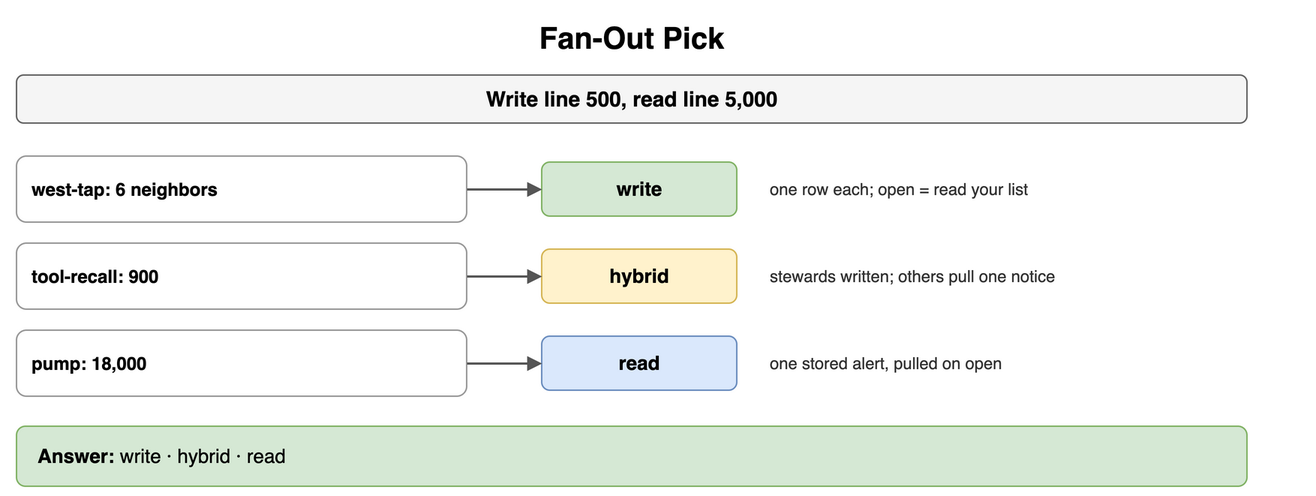
Before: content/09_System_Design_Interview/21_Real_Time_and_Notification_Systems/diagrams/notifications-drills-6-fan-out-pick.png, a diagram exported from draw.io (amendez13/swe-study-guide). Source tidied: cells renumbered, new cells last; positions are measured from the earlier drawing's top-left corner, leaving out a move shared by most shapes. The source it was exported from:
```xml
<mxGraphModel>
  <root>
    <mxCell id="0" />
    <mxCell id="1" parent="0" />
    <mxCell id="2" value="Fan-Out Pick" style="text;html=1;align=center;verticalAlign=middle;whiteSpace=wrap;fontSize=20;fontStyle=1;" parent="1" vertex="1">
      <mxGeometry width="820" height="30" as="geometry" />
    </mxCell>
    <mxCell id="3" value="Write line 500, read line 5,000" style="rounded=1;whiteSpace=wrap;html=1;fillColor=#f5f5f5;strokeColor=#666666;fontStyle=1;fontSize=14;" parent="1" vertex="1">
      <mxGeometry y="40" width="820" height="32" as="geometry" />
    </mxCell>
    <mxCell id="4" value="west-tap: 6 neighbors" style="rounded=1;whiteSpace=wrap;html=1;fillColor=#ffffff;strokeColor=#999999;fontSize=12;align=left;fontStyle=1;spacingLeft=8;" parent="1" vertex="1">
      <mxGeometry y="94" width="300" height="44" as="geometry" />
    </mxCell>
    <mxCell id="5" value="write" style="rounded=1;whiteSpace=wrap;html=1;fillColor=#d5e8d4;strokeColor=#82b366;fontSize=13;align=center;fontStyle=1;" parent="1" vertex="1">
      <mxGeometry x="350" y="98" width="130" height="36" as="geometry" />
    </mxCell>
    <mxCell id="6" style="endArrow=block;endSize=6;html=1;strokeWidth=1.5;strokeColor=#555555;fontSize=11;labelBackgroundColor=#ffffff;" parent="1" edge="1" source="4" target="5">
      <mxGeometry relative="1" as="geometry" />
    </mxCell>
    <mxCell id="7" value="one row each; open = read your list" style="text;html=1;whiteSpace=wrap;fontSize=11;align=left;verticalAlign=middle;fontSize=11;fontColor=#333333;" parent="1" vertex="1">
      <mxGeometry x="500" y="94" width="360" height="44" as="geometry" />
    </mxCell>
    <mxCell id="8" value="tool-recall: 900" style="rounded=1;whiteSpace=wrap;html=1;fillColor=#ffffff;strokeColor=#999999;fontSize=12;align=left;fontStyle=1;spacingLeft=8;" parent="1" vertex="1">
      <mxGeometry y="152" width="300" height="44" as="geometry" />
    </mxCell>
    <mxCell id="9" value="hybrid" style="rounded=1;whiteSpace=wrap;html=1;fillColor=#fff2cc;strokeColor=#d6b656;fontSize=13;align=center;fontStyle=1;" parent="1" vertex="1">
      <mxGeometry x="350" y="156" width="130" height="36" as="geometry" />
    </mxCell>
    <mxCell id="10" style="endArrow=block;endSize=6;html=1;strokeWidth=1.5;strokeColor=#555555;fontSize=11;labelBackgroundColor=#ffffff;" parent="1" edge="1" source="8" target="9">
      <mxGeometry relative="1" as="geometry" />
    </mxCell>
    <mxCell id="11" value="stewards written; others pull one notice" style="text;html=1;whiteSpace=wrap;fontSize=11;align=left;verticalAlign=middle;fontSize=11;fontColor=#333333;" parent="1" vertex="1">
      <mxGeometry x="500" y="152" width="360" height="44" as="geometry" />
    </mxCell>
    <mxCell id="12" value="pump: 18,000" style="rounded=1;whiteSpace=wrap;html=1;fillColor=#ffffff;strokeColor=#999999;fontSize=12;align=left;fontStyle=1;spacingLeft=8;" parent="1" vertex="1">
      <mxGeometry y="210" width="300" height="44" as="geometry" />
    </mxCell>
    <mxCell id="13" value="read" style="rounded=1;whiteSpace=wrap;html=1;fillColor=#dae8fc;strokeColor=#6c8ebf;fontSize=13;align=center;fontStyle=1;" parent="1" vertex="1">
      <mxGeometry x="350" y="214" width="130" height="36" as="geometry" />
    </mxCell>
    <mxCell id="14" style="endArrow=block;endSize=6;html=1;strokeWidth=1.5;strokeColor=#555555;fontSize=11;labelBackgroundColor=#ffffff;" parent="1" edge="1" source="12" target="13">
      <mxGeometry relative="1" as="geometry" />
    </mxCell>
    <mxCell id="15" value="one stored alert, pulled on open" style="text;html=1;whiteSpace=wrap;fontSize=11;align=left;verticalAlign=middle;fontSize=11;fontColor=#333333;" parent="1" vertex="1">
      <mxGeometry x="500" y="210" width="360" height="44" as="geometry" />
    </mxCell>
    <mxCell id="16" value="&lt;b&gt;Answer:&lt;/b&gt; write · hybrid · read" style="rounded=1;whiteSpace=wrap;html=1;fillColor=#d5e8d4;strokeColor=#82b366;fontSize=13;align=left;spacingLeft=12;" parent="1" vertex="1">
      <mxGeometry y="274" width="820" height="40" as="geometry" />
    </mxCell>
  </root>
</mxGraphModel>
```
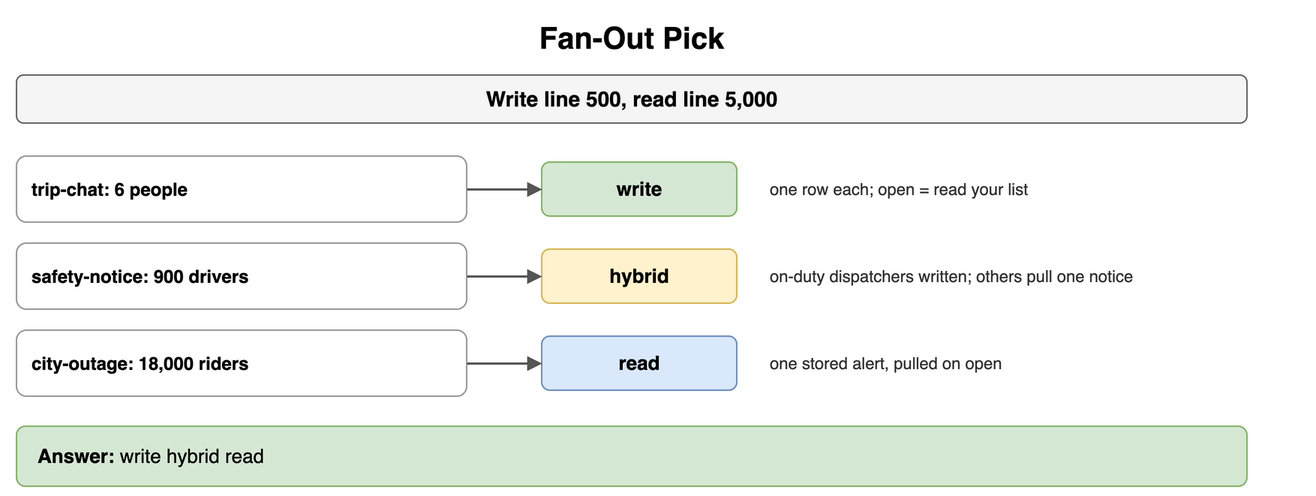
Later version of the same file.

Change to the diagram source:
```diff
@@ -8,7 +8,7 @@
     <mxCell id="3" value="Write line 500, read line 5,000" style="rounded=1;whiteSpace=wrap;html=1;fillColor=#f5f5f5;strokeColor=#666666;fontStyle=1;fontSize=14;" parent="1" vertex="1">
       <mxGeometry y="40" width="820" height="32" as="geometry" />
     </mxCell>
-    <mxCell id="4" value="west-tap: 6 neighbors" style="rounded=1;whiteSpace=wrap;html=1;fillColor=#ffffff;strokeColor=#999999;fontSize=12;align=left;fontStyle=1;spacingLeft=8;" parent="1" vertex="1">
+    <mxCell id="4" value="trip-chat: 6 people" style="rounded=1;whiteSpace=wrap;html=1;fillColor=#ffffff;strokeColor=#999999;fontSize=12;align=left;fontStyle=1;spacingLeft=8;" parent="1" vertex="1">
       <mxGeometry y="94" width="300" height="44" as="geometry" />
     </mxCell>
     <mxCell id="5" value="write" style="rounded=1;whiteSpace=wrap;html=1;fillColor=#d5e8d4;strokeColor=#82b366;fontSize=13;align=center;fontStyle=1;" parent="1" vertex="1">
@@ -20,7 +20,7 @@
     <mxCell id="7" value="one row each; open = read your list" style="text;html=1;whiteSpace=wrap;fontSize=11;align=left;verticalAlign=middle;fontSize=11;fontColor=#333333;" parent="1" vertex="1">
       <mxGeometry x="500" y="94" width="360" height="44" as="geometry" />
     </mxCell>
-    <mxCell id="8" value="tool-recall: 900" style="rounded=1;whiteSpace=wrap;html=1;fillColor=#ffffff;strokeColor=#999999;fontSize=12;align=left;fontStyle=1;spacingLeft=8;" parent="1" vertex="1">
+    <mxCell id="8" value="safety-notice: 900 drivers" style="rounded=1;whiteSpace=wrap;html=1;fillColor=#ffffff;strokeColor=#999999;fontSize=12;align=left;fontStyle=1;spacingLeft=8;" parent="1" vertex="1">
       <mxGeometry y="152" width="300" height="44" as="geometry" />
     </mxCell>
     <mxCell id="9" value="hybrid" style="rounded=1;whiteSpace=wrap;html=1;fillColor=#fff2cc;strokeColor=#d6b656;fontSize=13;align=center;fontStyle=1;" parent="1" vertex="1">
@@ -29,10 +29,10 @@
     <mxCell id="10" style="endArrow=block;endSize=6;html=1;strokeWidth=1.5;strokeColor=#555555;fontSize=11;labelBackgroundColor=#ffffff;" parent="1" edge="1" source="8" target="9">
       <mxGeometry relative="1" as="geometry" />
     </mxCell>
-    <mxCell id="11" value="stewards written; others pull one notice" style="text;html=1;whiteSpace=wrap;fontSize=11;align=left;verticalAlign=middle;fontSize=11;fontColor=#333333;" parent="1" vertex="1">
+    <mxCell id="11" value="on-duty dispatchers written; others pull one notice" style="text;html=1;whiteSpace=wrap;fontSize=11;align=left;verticalAlign=middle;fontSize=11;fontColor=#333333;" parent="1" vertex="1">
       <mxGeometry x="500" y="152" width="360" height="44" as="geometry" />
     </mxCell>
-    <mxCell id="12" value="pump: 18,000" style="rounded=1;whiteSpace=wrap;html=1;fillColor=#ffffff;strokeColor=#999999;fontSize=12;align=left;fontStyle=1;spacingLeft=8;" parent="1" vertex="1">
+    <mxCell id="12" value="city-outage: 18,000 riders" style="rounded=1;whiteSpace=wrap;html=1;fillColor=#ffffff;strokeColor=#999999;fontSize=12;align=left;fontStyle=1;spacingLeft=8;" parent="1" vertex="1">
       <mxGeometry y="210" width="300" height="44" as="geometry" />
     </mxCell>
     <mxCell id="13" value="read" style="rounded=1;whiteSpace=wrap;html=1;fillColor=#dae8fc;strokeColor=#6c8ebf;fontSize=13;align=center;fontStyle=1;" parent="1" vertex="1">
@@ -44,7 +44,7 @@
     <mxCell id="15" value="one stored alert, pulled on open" style="text;html=1;whiteSpace=wrap;fontSize=11;align=left;verticalAlign=middle;fontSize=11;fontColor=#333333;" parent="1" vertex="1">
       <mxGeometry x="500" y="210" width="360" height="44" as="geometry" />
     </mxCell>
-    <mxCell id="16" value="&lt;b&gt;Answer:&lt;/b&gt; write · hybrid · read" style="rounded=1;whiteSpace=wrap;html=1;fillColor=#d5e8d4;strokeColor=#82b366;fontSize=13;align=left;spacingLeft=12;" parent="1" vertex="1">
+    <mxCell id="16" value="&lt;b&gt;Answer:&lt;/b&gt; write hybrid read" style="rounded=1;whiteSpace=wrap;html=1;fillColor=#d5e8d4;strokeColor=#82b366;fontSize=13;align=left;spacingLeft=12;" parent="1" vertex="1">
       <mxGeometry y="274" width="820" height="40" as="geometry" />
     </mxCell>
   </root>
```
